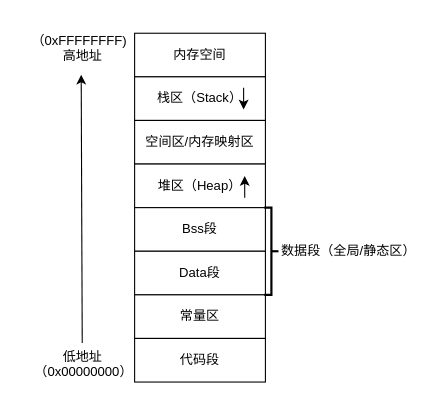
The draw.io diagram 程序分布.drawio in ZhouQuan-7237/123, before the edit. Source tidied: cells renumbered, new cells numbered last; positions are measured from the earlier drawing's top-left corner, leaving out a move shared by most shapes. Both pictures are drawn from the tidied source at 109%, with x=0, y=0 at pixel (19, 24).
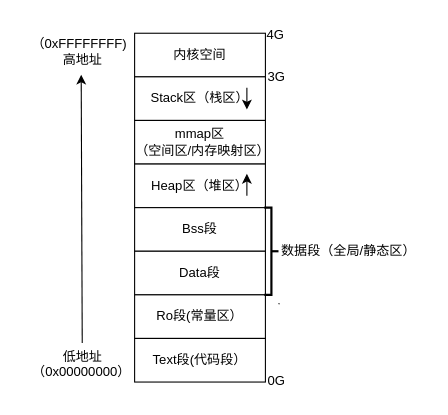
The same diagram, later.

Commit message:
更新程序分布.drawio

The edit, as a diff of the source:
```diff
@@
-    <mxCell id="2" value="内存空间" style="rounded=0;whiteSpace=wrap;html=1;" parent="1" vertex="1">
+    <mxCell id="2" value="内核空间" style="rounded=0;whiteSpace=wrap;html=1;" parent="1" vertex="1">
       <mxGeometry x="106" y="8" width="120" height="40" as="geometry" />
     </mxCell>
@@
-    <mxCell id="4" value="栈区（Stack）" style="rounded=0;whiteSpace=wrap;html=1;" parent="1" vertex="1">
+    <mxCell id="4" value="Stack区（栈区）" style="rounded=0;whiteSpace=wrap;html=1;" parent="1" vertex="1">
       <mxGeometry x="106" y="48" width="120" height="40" as="geometry" />
     </mxCell>
-    <mxCell id="5" value="空间区/内存映射区" style="rounded=0;whiteSpace=wrap;html=1;" parent="1" vertex="1">
+    <mxCell id="5" value="mmap区&lt;div&gt;（空间区/内存映射区）&lt;/div&gt;" style="rounded=0;whiteSpace=wrap;html=1;" parent="1" vertex="1">
       <mxGeometry x="106" y="88" width="120" height="40" as="geometry" />
     </mxCell>
-    <mxCell id="6" value="堆区（Heap&lt;span style=&quot;background-color: transparent; color: light-dark(rgb(0, 0, 0), rgb(255, 255, 255));&quot;&gt;）&lt;/span&gt;" style="rounded=0;whiteSpace=wrap;html=1;" parent="1" vertex="1">
+    <mxCell id="6" value="Heap区（堆区）" style="rounded=0;whiteSpace=wrap;html=1;" parent="1" vertex="1">
       <mxGeometry x="106" y="128" width="120" height="40" as="geometry" />
     </mxCell>
@@
-    <mxCell id="9" value="常量区" style="rounded=0;whiteSpace=wrap;html=1;" parent="1" vertex="1">
+    <mxCell id="9" value="Ro段(常量区）" style="rounded=0;whiteSpace=wrap;html=1;" parent="1" vertex="1">
       <mxGeometry x="106" y="248" width="120" height="40" as="geometry" />
     </mxCell>
     <mxCell id="10" value="高地址" style="text;html=1;align=center;verticalAlign=middle;strokeColor=none;fillColor=none;" parent="1" vertex="1">
-      <mxGeometry x="28" y="14" width="60" height="30" as="geometry" />
+      <mxGeometry x="28" y="18" width="60" height="30" as="geometry" />
     </mxCell>
     <mxCell id="11" style="endArrow=classic;html=1;rounded=0;" parent="1" edge="1">
       <mxGeometry relative="1" as="geometry">
-        <mxPoint x="206" y="58" as="sourcePoint" />
-        <mxPoint x="206" y="78" as="targetPoint" />
+        <mxPoint x="209" y="58" as="sourcePoint" />
+        <mxPoint x="209" y="78" as="targetPoint" />
       </mxGeometry>
     </mxCell>
     <mxCell id="12" style="endArrow=classic;html=1;rounded=0;" parent="1" edge="1">
       <mxGeometry relative="1" as="geometry">
-        <mxPoint x="207" y="159" as="sourcePoint" />
-        <mxPoint x="207" y="139" as="targetPoint" />
+        <mxPoint x="209" y="157" as="sourcePoint" />
+        <mxPoint x="209" y="137" as="targetPoint" />
       </mxGeometry>
     </mxCell>
@@
-    <mxCell id="14" value="代码段" style="rounded=0;whiteSpace=wrap;html=1;" parent="1" vertex="1">
+    <mxCell id="14" value="Text段(代码段）" style="rounded=0;whiteSpace=wrap;html=1;" parent="1" vertex="1">
       <mxGeometry x="106" y="288" width="120" height="40" as="geometry" />
     </mxCell>
@@
     <mxCell id="17" value="（0xFFFFFFFF)" style="text;html=1;align=center;verticalAlign=middle;strokeColor=none;fillColor=none;" parent="1" vertex="1">
-      <mxGeometry width="110" height="30" as="geometry" />
+      <mxGeometry y="3" width="110" height="30" as="geometry" />
     </mxCell>
     <mxCell id="18" value="（0x00000000）" style="text;html=1;align=center;verticalAlign=middle;strokeColor=none;fillColor=none;" parent="1" vertex="1">
-      <mxGeometry x="4" y="304" width="110" height="30" as="geometry" />
+      <mxGeometry x="2" y="304" width="110" height="30" as="geometry" />
     </mxCell>
+    <mxCell id="19" value="4G" style="text;html=1;align=center;verticalAlign=middle;strokeColor=none;fillColor=none;" parent="1" vertex="1">
+      <mxGeometry x="215" y="-5" width="40" height="30" as="geometry" />
+    </mxCell>
+    <mxCell id="20" value="3G" style="text;html=1;align=center;verticalAlign=middle;strokeColor=none;fillColor=none;" parent="1" vertex="1">
+      <mxGeometry x="216" y="33" width="40" height="30" as="geometry" />
+    </mxCell>
+    <mxCell id="21" value="0G" style="text;html=1;align=center;verticalAlign=middle;strokeColor=none;fillColor=none;" parent="1" vertex="1">
+      <mxGeometry x="216" y="312" width="40" height="30" as="geometry" />
+    </mxCell>
+    <mxCell id="22" style="endArrow=none;html=1;rounded=0;" parent="1" edge="1">
+      <mxGeometry relative="1" as="geometry">
+        <mxPoint x="238" y="256" as="sourcePoint" />
+        <mxPoint x="239" y="256.5" as="targetPoint" />
+      </mxGeometry>
+    </mxCell>
```
